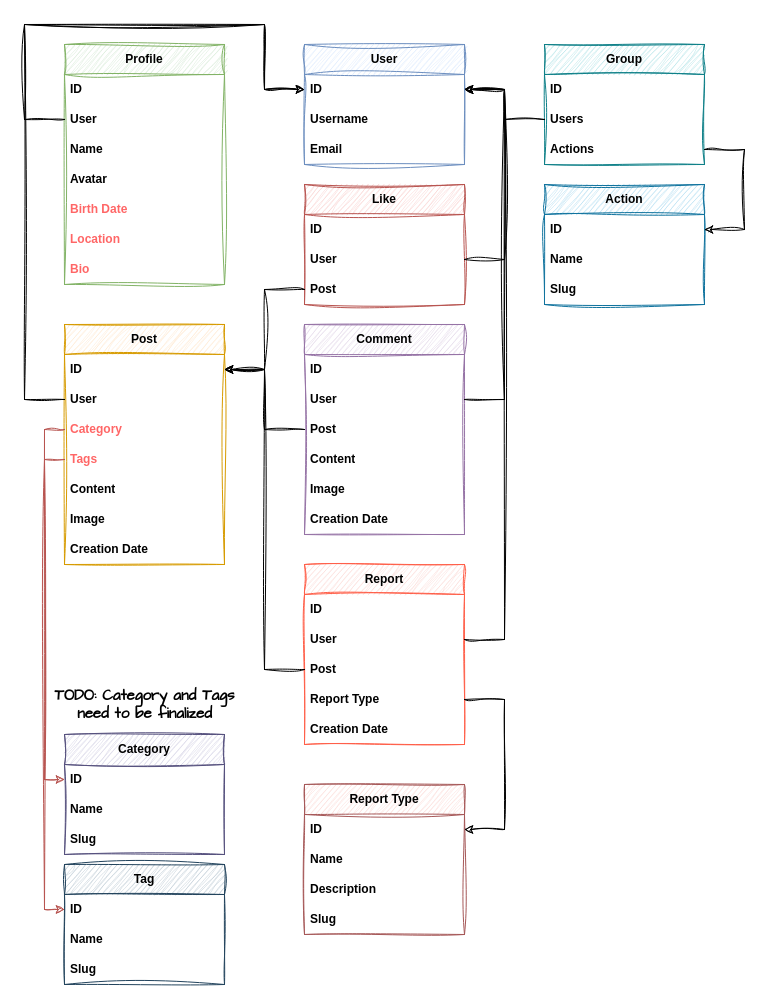
Earlier version of the draw.io diagram models.drawio (SirDalbag/django-mvt-social-media). Source tidied: cells renumbered, new cells numbered last; positions are measured from the earlier drawing's top-left corner, leaving out a move shared by most shapes. Both pictures are drawn from the tidied source at 100%, with x=0, y=0 at pixel (19, 24).
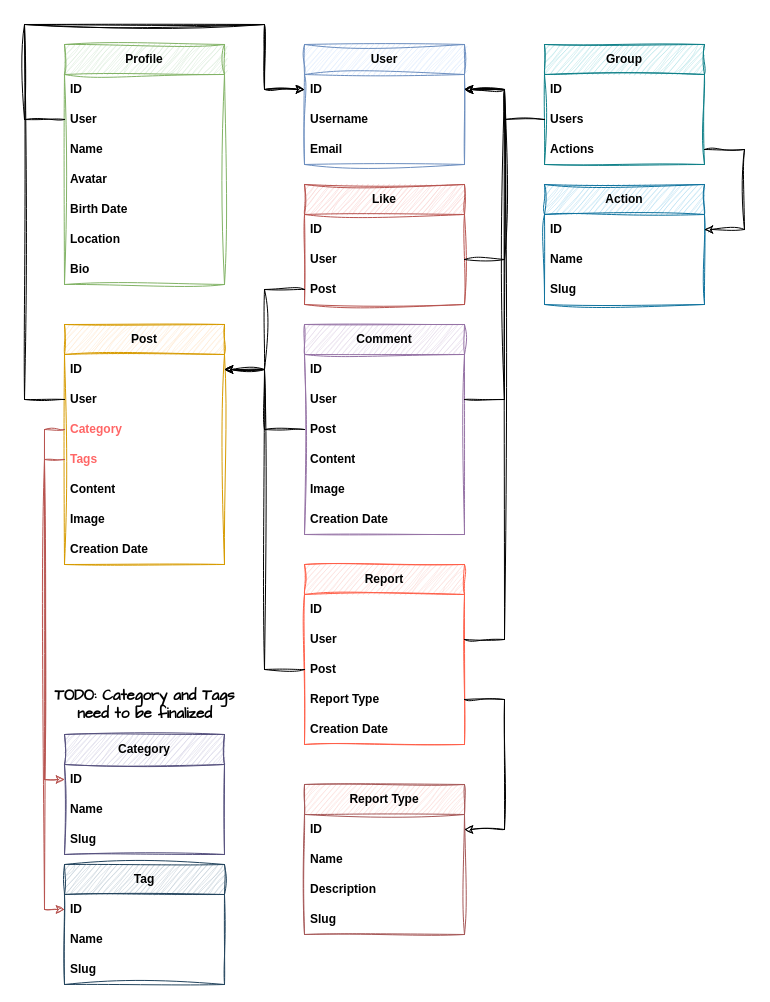
The same diagram, later.

Unchanged cells that the change refers to:
```xml
<mxCell id="6" value="Profile" style="swimlane;fontStyle=1;horizontal=1;startSize=30;whiteSpace=wrap;html=1;fillColor=#d5e8d4;strokeColor=#82b366;fontFamily=Helvetica;rounded=0;sketch=1;curveFitting=1;jiggle=2;" parent="1" vertex="1">
  <mxGeometry x="45" y="20" width="160" height="240" as="geometry" />
</mxCell>
```

Change to the diagram source:
```diff
@@
-    <mxCell id="11" value="Birth Date" style="text;strokeColor=none;fillColor=none;align=left;verticalAlign=middle;spacingLeft=4;spacingRight=4;overflow=hidden;whiteSpace=wrap;html=1;fontFamily=Helvetica;fontStyle=1;rounded=0;sketch=1;curveFitting=1;jiggle=2;fontColor=#FF6666;" parent="6" vertex="1">
+    <mxCell id="11" value="Birth Date" style="text;strokeColor=none;fillColor=none;align=left;verticalAlign=middle;spacingLeft=4;spacingRight=4;overflow=hidden;whiteSpace=wrap;html=1;fontFamily=Helvetica;fontStyle=1;rounded=0;sketch=1;curveFitting=1;jiggle=2;fontColor=default;" parent="6" vertex="1">
       <mxGeometry y="150" width="160" height="30" as="geometry" />
     </mxCell>
-    <mxCell id="12" value="Location" style="text;strokeColor=none;fillColor=none;align=left;verticalAlign=middle;spacingLeft=4;spacingRight=4;overflow=hidden;whiteSpace=wrap;html=1;fontFamily=Helvetica;fontStyle=1;rounded=0;sketch=1;curveFitting=1;jiggle=2;fontColor=#FF6666;" parent="6" vertex="1">
+    <mxCell id="12" value="Location" style="text;strokeColor=none;fillColor=none;align=left;verticalAlign=middle;spacingLeft=4;spacingRight=4;overflow=hidden;whiteSpace=wrap;html=1;fontFamily=Helvetica;fontStyle=1;rounded=0;sketch=1;curveFitting=1;jiggle=2;fontColor=default;" parent="6" vertex="1">
       <mxGeometry y="180" width="160" height="30" as="geometry" />
     </mxCell>
-    <mxCell id="13" value="Bio" style="text;strokeColor=none;fillColor=none;align=left;verticalAlign=middle;spacingLeft=4;spacingRight=4;overflow=hidden;whiteSpace=wrap;html=1;fontFamily=Helvetica;fontStyle=1;rounded=0;sketch=1;curveFitting=1;jiggle=2;fontColor=#FF6666;" parent="6" vertex="1">
+    <mxCell id="13" value="Bio" style="text;strokeColor=none;fillColor=none;align=left;verticalAlign=middle;spacingLeft=4;spacingRight=4;overflow=hidden;whiteSpace=wrap;html=1;fontFamily=Helvetica;fontStyle=1;rounded=0;sketch=1;curveFitting=1;jiggle=2;fontColor=default;" parent="6" vertex="1">
       <mxGeometry y="210" width="160" height="30" as="geometry" />
     </mxCell>
```
